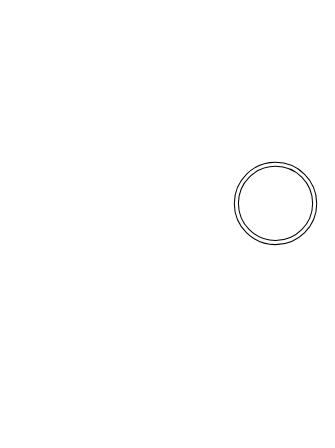
Before: Untitled Diagram.drawio in morachake/obilx, a draw.io diagram. Source tidied: cells renumbered, new cells numbered last; positions are measured from the earlier drawing's top-left corner, leaving out a move shared by most shapes. Both pictures are drawn from the tidied source at 103%, with x=0, y=0 at pixel (234, 162).
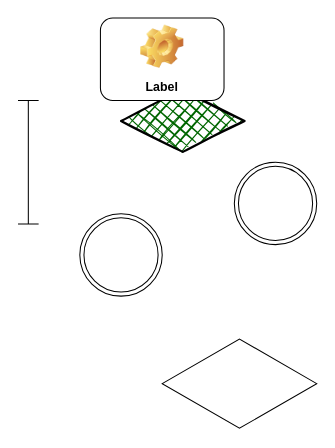
After the change.

Diff of the diagram source:
```diff
@@
 <mxGraphModel>
   <root>
     <mxCell id="0" />
     <mxCell id="1" parent="0" />
     <mxCell id="2" style="ellipse;shape=doubleEllipse;whiteSpace=wrap;html=1;" parent="1" vertex="1">
       <mxGeometry width="80" height="80" as="geometry" />
     </mxCell>
+    <mxCell id="3" style="ellipse;shape=doubleEllipse;whiteSpace=wrap;html=1;" parent="1" vertex="1">
+      <mxGeometry x="-150" y="50" width="80" height="80" as="geometry" />
+    </mxCell>
+    <mxCell id="4" style="rhombus;whiteSpace=wrap;html=1;strokeWidth=2;fillWeight=-1;hachureGap=8;fillStyle=cross-hatch;fillColor=#006600;sketch=1;" parent="1" vertex="1">
+      <mxGeometry x="-110" y="-70" width="120" height="60" as="geometry" />
+    </mxCell>
+    <mxCell id="5" style="shape=crossbar;whiteSpace=wrap;html=1;rounded=1;direction=south;" parent="1" vertex="1">
+      <mxGeometry x="-210" y="-60" width="20" height="120" as="geometry" />
+    </mxCell>
+    <mxCell id="6" style="html=1;whiteSpace=wrap;shape=isoRectangle;" parent="1" vertex="1">
+      <mxGeometry x="-70" y="170" width="150" height="90" as="geometry" />
+    </mxCell>
+    <mxCell id="7" value="Label" style="label;whiteSpace=wrap;html=1;align=center;verticalAlign=bottom;spacingLeft=0;spacingBottom=4;imageAlign=center;imageVerticalAlign=top;image=img/clipart/Gear_128x128.png;" parent="1" vertex="1">
+      <mxGeometry x="-130" y="-140" width="120" height="80" as="geometry" />
+    </mxCell>
   </root>
 </mxGraphModel>
```
